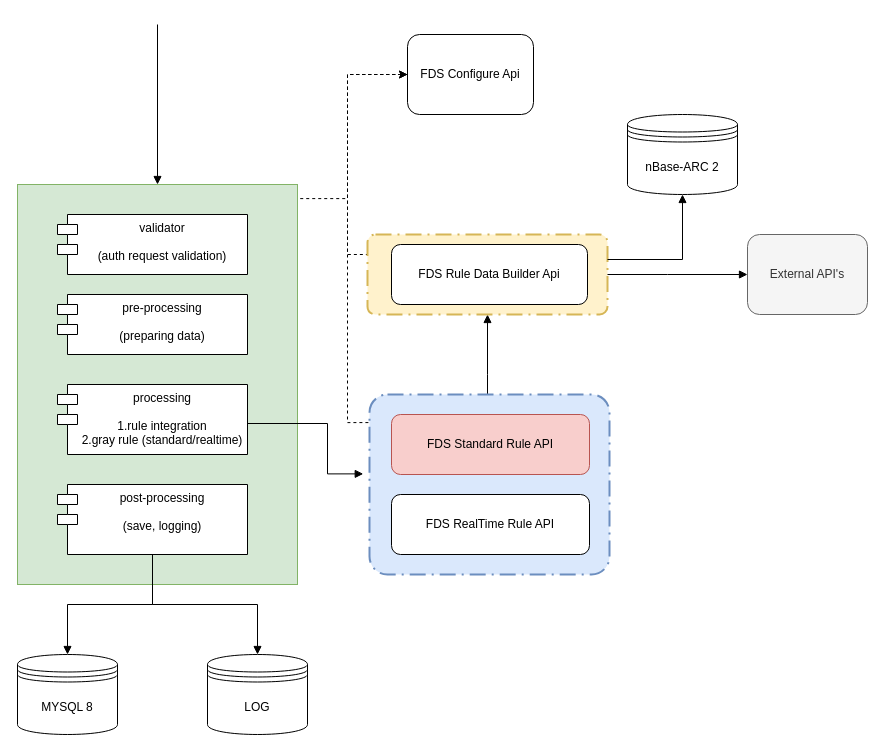
Above: new_fds_structure.drawio in code-j/diagrams (draw.io), before the change. Source tidied: cells renumbered, new cells numbered last; positions are measured from the earlier drawing's top-left corner, leaving out a move shared by most shapes. Both pictures are drawn from the tidied source at 100%, with x=0, y=0 at pixel (17, 24).
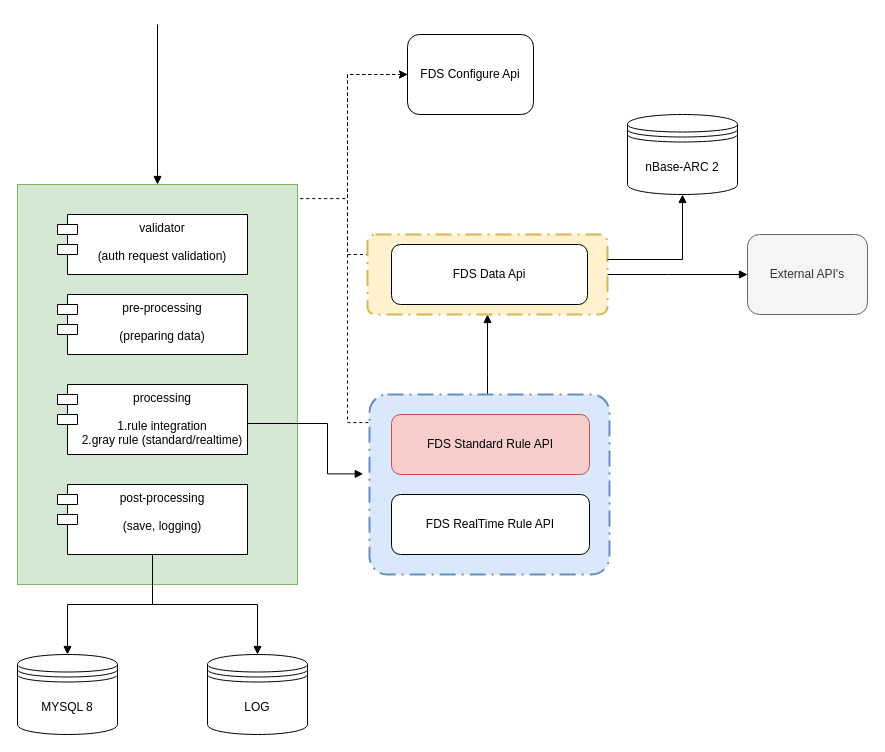
The same page after the edit.

The edit, as a diff of the source:
```diff
@@
-    <mxCell id="11" value="FDS Rule Data Builder Api" style="rounded=1;whiteSpace=wrap;html=1;" parent="1" vertex="1">
+    <mxCell id="11" value="FDS Data Api" style="rounded=1;whiteSpace=wrap;html=1;" parent="1" vertex="1">
       <mxGeometry x="374" y="220" width="196" height="60" as="geometry" />
     </mxCell>
```
